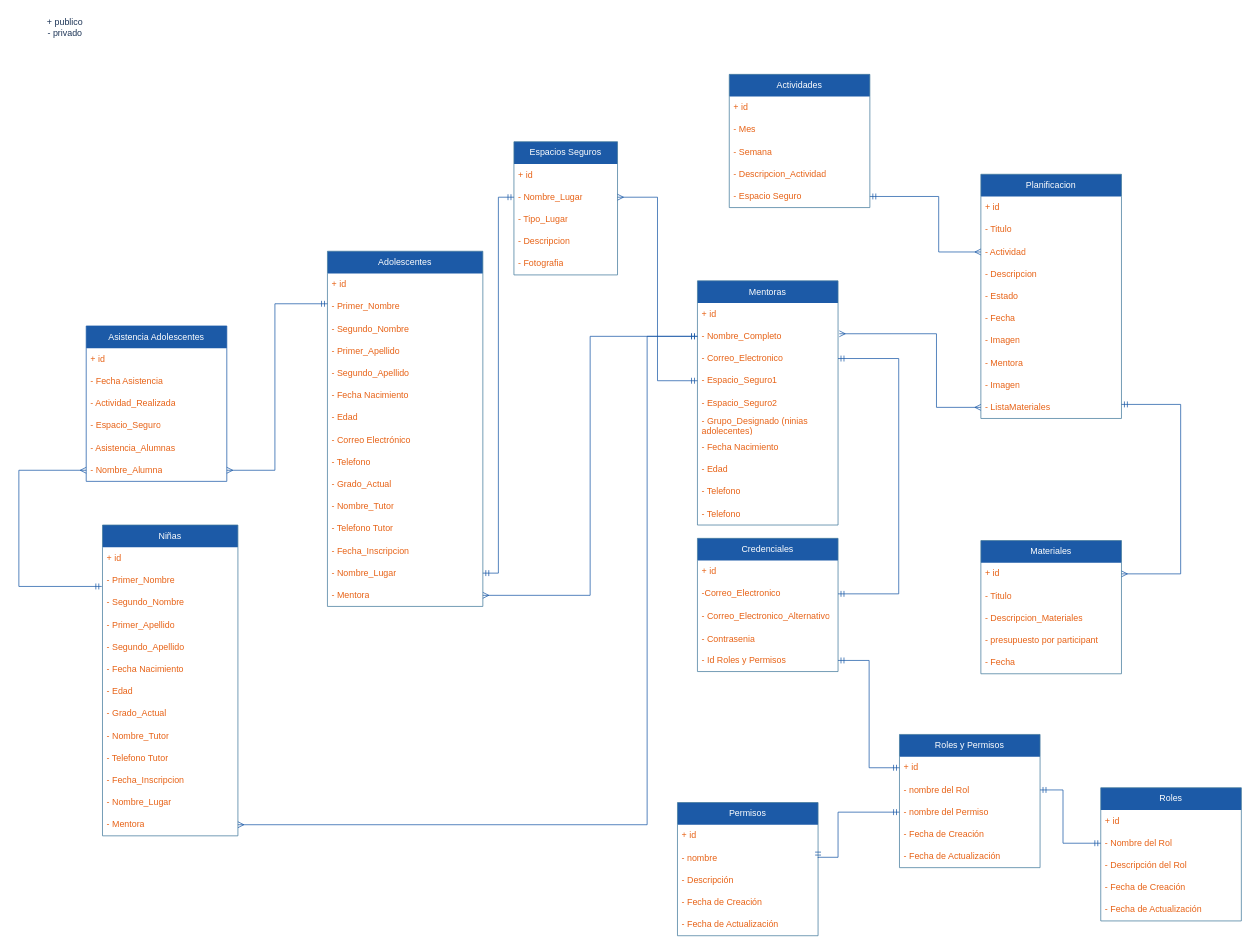
This is page "Digrama de Clases" (3 of 5) of REDMI.drawio from NealD00/Diagramin, a draw.io file, before an edit. Source tidied: cells renumbered, new cells numbered last; positions are measured from the earlier drawing's top-left corner, leaving out a move shared by most shapes. Both pictures are drawn from the tidied source at 74%, with x=0, y=0 at pixel (18, 13).
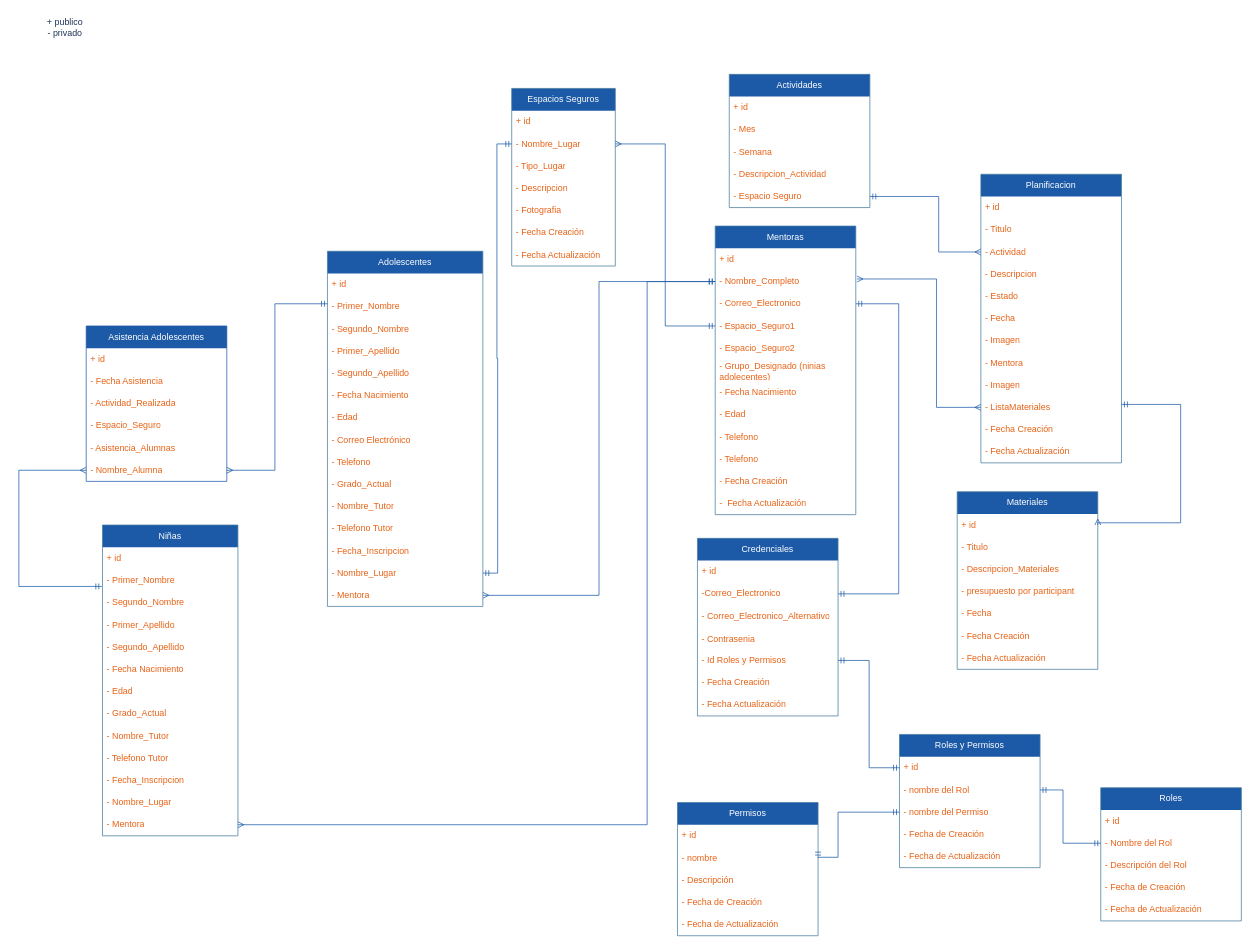
The same page after the edit.

Unchanged cells that the change refers to:
```xml
<mxCell id="26" value="+ id&amp;nbsp;&lt;span style=&quot;white-space: pre;&quot;&gt;&#9;&lt;/span&gt;" style="text;strokeColor=none;fillColor=none;align=left;verticalAlign=middle;spacingLeft=4;spacingRight=4;overflow=hidden;points=[[0,0.5],[1,0.5]];portConstraint=eastwest;whiteSpace=wrap;html=1;labelBackgroundColor=none;fontColor=#E76216;swimlaneLine=0;" parent="25" vertex="1">
  <mxGeometry y="30" width="190" height="30" as="geometry" />
</mxCell>
<mxCell id="27" value="- Nombre_Completo" style="text;strokeColor=none;fillColor=none;align=left;verticalAlign=middle;spacingLeft=4;spacingRight=4;overflow=hidden;points=[[0,0.5],[1,0.5]];portConstraint=eastwest;whiteSpace=wrap;html=1;labelBackgroundColor=none;fontColor=#E76216;swimlaneLine=0;" parent="25" vertex="1">
  <mxGeometry y="60" width="190" height="30" as="geometry" />
</mxCell>
<mxCell id="28" value="- Correo_Electronico" style="text;strokeColor=none;fillColor=none;align=left;verticalAlign=middle;spacingLeft=4;spacingRight=4;overflow=hidden;points=[[0,0.5],[1,0.5]];portConstraint=eastwest;whiteSpace=wrap;html=1;labelBackgroundColor=none;fontColor=#E76216;swimlaneLine=0;" parent="25" vertex="1">
  <mxGeometry y="90" width="190" height="30" as="geometry" />
</mxCell>
<mxCell id="53" value="- ListaMateriales" style="text;strokeColor=none;fillColor=none;align=left;verticalAlign=middle;spacingLeft=4;spacingRight=4;overflow=hidden;points=[[0,0.5],[1,0.5]];portConstraint=eastwest;whiteSpace=wrap;html=1;labelBackgroundColor=none;fontColor=#E76216;swimlaneLine=0;" parent="43" vertex="1">
  <mxGeometry y="300" width="190" height="30" as="geometry" />
</mxCell>
<mxCell id="56" value="-Correo_Electronico" style="text;strokeColor=none;fillColor=none;align=left;verticalAlign=middle;spacingLeft=4;spacingRight=4;overflow=hidden;points=[[0,0.5],[1,0.5]];portConstraint=eastwest;whiteSpace=wrap;html=1;labelBackgroundColor=none;fontColor=#E76216;swimlaneLine=0;" parent="54" vertex="1">
  <mxGeometry y="60" width="190" height="30" as="geometry" />
</mxCell>
<mxCell id="72" value="+ id&amp;nbsp;&lt;span style=&quot;white-space: pre;&quot;&gt;&#9;&lt;/span&gt;" style="text;strokeColor=none;fillColor=none;align=left;verticalAlign=middle;spacingLeft=4;spacingRight=4;overflow=hidden;points=[[0,0.5],[1,0.5]];portConstraint=eastwest;whiteSpace=wrap;html=1;labelBackgroundColor=none;fontColor=#E76216;swimlaneLine=0;" parent="71" vertex="1">
  <mxGeometry y="30" width="190" height="30" as="geometry" />
</mxCell>
<mxCell id="91" value="- Mentora" style="text;strokeColor=none;fillColor=none;align=left;verticalAlign=middle;spacingLeft=4;spacingRight=4;overflow=hidden;points=[[0,0.5],[1,0.5]];portConstraint=eastwest;whiteSpace=wrap;html=1;labelBackgroundColor=none;fontColor=#E76216;swimlaneLine=0;" parent="78" vertex="1">
  <mxGeometry y="390" width="183" height="30" as="geometry" />
</mxCell>
```

The edit, as a diff of the source:
```diff
@@
     <mxCell id="2" value="&lt;font color=&quot;#ffffff&quot;&gt;Espacios Seguros&lt;/font&gt;" style="swimlane;fontStyle=0;horizontal=1;startSize=30;whiteSpace=wrap;html=1;labelBackgroundColor=none;fillColor=#1C5AA7;strokeColor=#457B9D;fontColor=#1D3557;swimlaneLine=0;" parent="1" vertex="1">
-      <mxGeometry x="669" y="174" width="140" height="180" as="geometry" />
+      <mxGeometry x="666" y="102" width="140" height="240" as="geometry" />
     </mxCell>
@@
+    <mxCell id="117" value="- Fecha Creación" style="text;strokeColor=none;fillColor=none;align=left;verticalAlign=middle;spacingLeft=4;spacingRight=4;overflow=hidden;whiteSpace=wrap;html=1;labelBackgroundColor=none;fontColor=#E76216;swimlaneLine=0;" parent="2" vertex="1">
+      <mxGeometry y="180" width="140" height="30" as="geometry" />
+    </mxCell>
+    <mxCell id="118" value="- Fecha Actualización" style="text;strokeColor=none;fillColor=none;align=left;verticalAlign=middle;spacingLeft=4;spacingRight=4;overflow=hidden;whiteSpace=wrap;html=1;labelBackgroundColor=none;fontColor=#E76216;swimlaneLine=0;" parent="2" vertex="1">
+      <mxGeometry y="210" width="140" height="30" as="geometry" />
+    </mxCell>
@@
     <mxCell id="25" value="&lt;font color=&quot;#ffffff&quot;&gt;Mentoras&lt;/font&gt;" style="swimlane;fontStyle=0;horizontal=1;startSize=30;whiteSpace=wrap;html=1;labelBackgroundColor=none;fillColor=#1C5AA7;strokeColor=#457B9D;fontColor=#1D3557;swimlaneLine=0;" parent="1" vertex="1">
-      <mxGeometry x="917" y="362" width="190" height="330" as="geometry" />
+      <mxGeometry x="941" y="288" width="190" height="390" as="geometry" />
     </mxCell>
@@
+    <mxCell id="119" value="- Fecha Creación" style="text;strokeColor=none;fillColor=none;align=left;verticalAlign=middle;spacingLeft=4;spacingRight=4;overflow=hidden;whiteSpace=wrap;html=1;labelBackgroundColor=none;fontColor=#E76216;swimlaneLine=0;" parent="25" vertex="1">
+      <mxGeometry y="330" width="190" height="30" as="geometry" />
+    </mxCell>
+    <mxCell id="120" value="-&amp;nbsp; Fecha Actualización" style="text;strokeColor=none;fillColor=none;align=left;verticalAlign=middle;spacingLeft=4;spacingRight=4;overflow=hidden;whiteSpace=wrap;html=1;labelBackgroundColor=none;fontColor=#E76216;swimlaneLine=0;" parent="25" vertex="1">
+      <mxGeometry y="360" width="190" height="30" as="geometry" />
+    </mxCell>
@@
     <mxCell id="43" value="&lt;font color=&quot;#ffffff&quot;&gt;Planificacion&lt;/font&gt;" style="swimlane;fontStyle=0;horizontal=1;startSize=30;whiteSpace=wrap;html=1;labelBackgroundColor=none;fillColor=#1C5AA7;strokeColor=#457B9D;fontColor=#1D3557;swimlaneLine=0;" parent="1" vertex="1">
-      <mxGeometry x="1300" y="218" width="190" height="330" as="geometry" />
+      <mxGeometry x="1300" y="218" width="190" height="390" as="geometry" />
     </mxCell>
@@
+    <mxCell id="121" value="- Fecha Creación" style="text;strokeColor=none;fillColor=none;align=left;verticalAlign=middle;spacingLeft=4;spacingRight=4;overflow=hidden;whiteSpace=wrap;html=1;labelBackgroundColor=none;fontColor=#E76216;swimlaneLine=0;" parent="43" vertex="1">
+      <mxGeometry y="330" width="190" height="30" as="geometry" />
+    </mxCell>
+    <mxCell id="122" value="- Fecha Actualización" style="text;strokeColor=none;fillColor=none;align=left;verticalAlign=middle;spacingLeft=4;spacingRight=4;overflow=hidden;whiteSpace=wrap;html=1;labelBackgroundColor=none;fontColor=#E76216;swimlaneLine=0;" parent="43" vertex="1">
+      <mxGeometry y="360" width="190" height="30" as="geometry" />
+    </mxCell>
     <mxCell id="54" value="&lt;font color=&quot;#ffffff&quot;&gt;Credenciales&lt;/font&gt;" style="swimlane;fontStyle=0;horizontal=1;startSize=30;whiteSpace=wrap;html=1;labelBackgroundColor=none;fillColor=#1C5AA7;strokeColor=#457B9D;fontColor=#1D3557;swimlaneLine=0;" parent="1" vertex="1">
-      <mxGeometry x="917" y="710" width="190" height="180" as="geometry" />
+      <mxGeometry x="917" y="710" width="190" height="240" as="geometry" />
     </mxCell>
@@
+    <mxCell id="123" value="- Fecha Creación" style="text;strokeColor=none;fillColor=none;align=left;verticalAlign=middle;spacingLeft=4;spacingRight=4;overflow=hidden;whiteSpace=wrap;html=1;labelBackgroundColor=none;fontColor=#E76216;swimlaneLine=0;" parent="54" vertex="1">
+      <mxGeometry y="180" width="190" height="30" as="geometry" />
+    </mxCell>
+    <mxCell id="124" value="- Fecha Actualización" style="text;strokeColor=none;fillColor=none;align=left;verticalAlign=middle;spacingLeft=4;spacingRight=4;overflow=hidden;whiteSpace=wrap;html=1;labelBackgroundColor=none;fontColor=#E76216;swimlaneLine=0;" parent="54" vertex="1">
+      <mxGeometry y="210" width="190" height="30" as="geometry" />
+    </mxCell>
@@
     <mxCell id="62" style="rounded=0;jettySize=auto;elbow=vertical;html=1;entryX=1;entryY=0.5;entryDx=0;entryDy=0;fontFamily=Helvetica;fontSize=12;fontColor=default;fontStyle=0;edgeStyle=orthogonalEdgeStyle;startArrow=ERmandOne;startFill=0;endArrow=ERmandOne;endFill=0;labelBackgroundColor=none;strokeColor=#1C5AA7;exitX=1;exitY=0.5;exitDx=0;exitDy=0;swimlaneLine=0;" parent="1" edge="1" source="56" target="28">
       <mxGeometry relative="1" as="geometry">
         <Array as="points">
           <mxPoint x="1189" y="785" />
-          <mxPoint x="1189" y="467" />
+          <mxPoint x="1189" y="393" />
         </Array>
       </mxGeometry>
     </mxCell>
@@
     <mxCell id="70" style="edgeStyle=orthogonalEdgeStyle;rounded=0;jettySize=auto;html=1;exitX=1.009;exitY=1.384;exitDx=0;exitDy=0;exitPerimeter=0;entryX=0;entryY=0.5;entryDx=0;entryDy=0;labelBackgroundColor=none;strokeColor=#1C5AA7;fontColor=default;startArrow=ERmany;startFill=0;endArrow=ERmany;endFill=0;swimlaneLine=0;" parent="1" edge="1" source="26" target="53">
       <mxGeometry relative="1" as="geometry">
         <Array as="points">
-          <mxPoint x="1240" y="434" />
+          <mxPoint x="1240" y="360" />
           <mxPoint x="1240" y="533" />
         </Array>
       </mxGeometry>
     </mxCell>
     <mxCell id="71" value="&lt;font color=&quot;#ffffff&quot;&gt;Materiales&lt;/font&gt;" style="swimlane;fontStyle=0;horizontal=1;startSize=30;whiteSpace=wrap;html=1;labelBackgroundColor=none;fillColor=#1C5AA7;strokeColor=#457B9D;fontColor=#1D3557;swimlaneLine=0;" parent="1" vertex="1">
-      <mxGeometry x="1300" y="713" width="190" height="180" as="geometry" />
+      <mxGeometry x="1268" y="647" width="190" height="240" as="geometry" />
     </mxCell>
@@
+    <mxCell id="125" value="- Fecha Creación&amp;nbsp;&amp;nbsp;" style="text;strokeColor=none;fillColor=none;align=left;verticalAlign=middle;spacingLeft=4;spacingRight=4;overflow=hidden;whiteSpace=wrap;html=1;labelBackgroundColor=none;fontColor=#E76216;swimlaneLine=0;" parent="71" vertex="1">
+      <mxGeometry y="180" width="190" height="30" as="geometry" />
+    </mxCell>
+    <mxCell id="126" value="- Fecha Actualización" style="text;strokeColor=none;fillColor=none;align=left;verticalAlign=middle;spacingLeft=4;spacingRight=4;overflow=hidden;whiteSpace=wrap;html=1;labelBackgroundColor=none;fontColor=#E76216;swimlaneLine=0;" parent="71" vertex="1">
+      <mxGeometry y="210" width="190" height="30" as="geometry" />
+    </mxCell>
-    <mxCell id="77" style="edgeStyle=orthogonalEdgeStyle;rounded=0;jettySize=auto;html=1;labelBackgroundColor=none;strokeColor=#1C5AA7;fontColor=default;startArrow=ERmandOne;startFill=0;endArrow=ERmany;endFill=0;swimlaneLine=0;" parent="1" edge="1" source="53" target="72">
+    <mxCell id="77" style="edgeStyle=orthogonalEdgeStyle;rounded=0;jettySize=auto;html=1;labelBackgroundColor=none;strokeColor=#1C5AA7;fontColor=default;startArrow=ERmandOne;startFill=0;endArrow=ERmany;endFill=0;swimlaneLine=0;entryX=1;entryY=0.5;entryDx=0;entryDy=0;" parent="1" edge="1" source="53" target="72">
       <mxGeometry relative="1" as="geometry">
         <Array as="points">
           <mxPoint x="1570" y="529" />
-          <mxPoint x="1570" y="758" />
+          <mxPoint x="1570" y="689" />
+          <mxPoint x="1458" y="689" />
         </Array>
       </mxGeometry>
     </mxCell>
@@
     <mxCell id="92" style="rounded=0;jettySize=auto;html=1;fontFamily=Helvetica;fontSize=12;fontColor=default;fontStyle=0;edgeStyle=orthogonalEdgeStyle;startArrow=ERmandOne;startFill=0;endArrow=ERmany;endFill=0;exitX=0;exitY=0.5;exitDx=0;exitDy=0;entryX=1;entryY=0.5;entryDx=0;entryDy=0;labelBackgroundColor=none;strokeColor=#1C5AA7;swimlaneLine=0;" parent="1" edge="1" source="27" target="91">
       <mxGeometry relative="1" as="geometry">
         <Array as="points">
-          <mxPoint x="849" y="437" />
+          <mxPoint x="849" y="363" />
           <mxPoint x="849" y="1097" />
         </Array>
       </mxGeometry>
     </mxCell>
```
